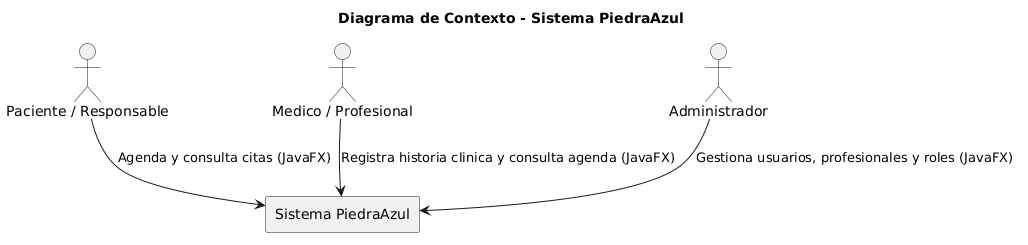
Before: artefactos/ModeloC4v1/DiagramaContexto.png, a diagram exported from PlantUML (CamiloHenaoV/ProyectoPiedrazul).
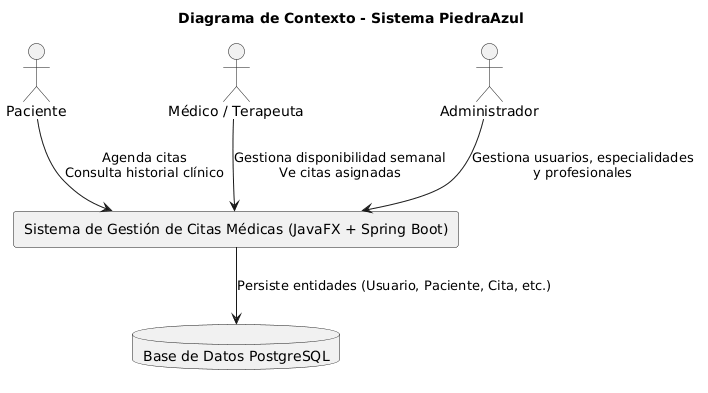
After the commit.

Diff of the diagram source:
```diff
@@ -1,13 +1,17 @@
 @startuml
 title Diagrama de Contexto - Sistema PiedraAzul
 
-actor paciente as "Paciente / Responsable"
-actor medico as "Medico / Profesional"
-actor admin as "Administrador"
+actor "Paciente" as Paciente
+actor "Médico / Terapeuta" as Medico
+actor "Administrador" as Admin
 
-rectangle sistema as "Sistema PiedraAzul"
+rectangle "Sistema de Gestión de Citas Médicas (JavaFX + Spring Boot)" as Sistema
 
-paciente --> sistema : Agenda y consulta citas (JavaFX)
-medico --> sistema : Registra historia clinica y consulta agenda (JavaFX)
-admin --> sistema : Gestiona usuarios, profesionales y roles (JavaFX)
+database "Base de Datos PostgreSQL" as DB
+
+Paciente --> Sistema : Agenda citas\nConsulta historial clínico
+Medico --> Sistema : Gestiona disponibilidad semanal\nVe citas asignadas
+Admin --> Sistema : Gestiona usuarios, especialidades\ny profesionales
+
+Sistema --> DB : Persiste entidades (Usuario, Paciente, Cita, etc.)
 @enduml
```
